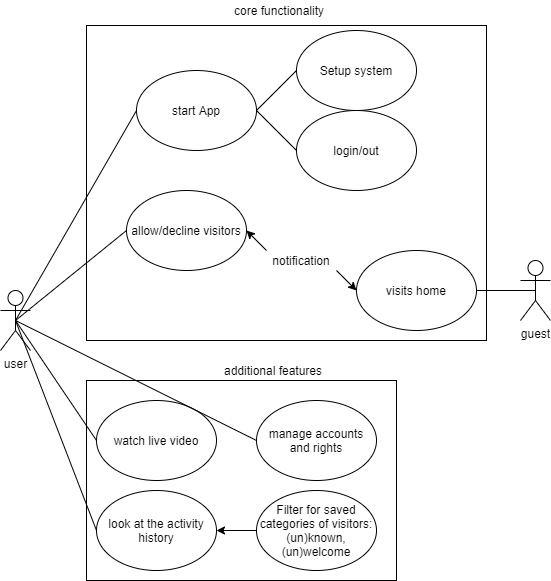
Before: Use_Case_Diagram.png, a diagram exported from draw.io (mymanu/Camera-Observation-Tool-Documentation). Source tidied: cells renumbered, new cells last; positions are measured from the earlier drawing's top-left corner, leaving out a move shared by most shapes.
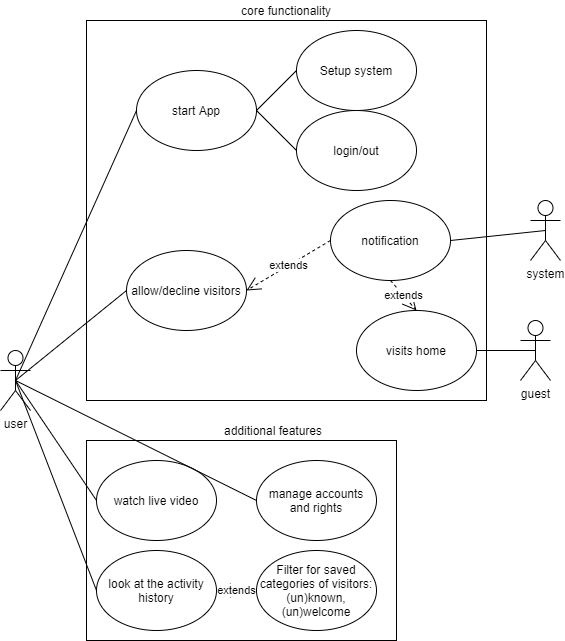
The same diagram one commit later.

Change to the diagram source:
```diff
@@ -6,13 +6,13 @@
       <mxGeometry x="86" y="380" width="310" height="200" as="geometry" />
     </mxCell>
     <mxCell id="3" style="rounded=0;whiteSpace=wrap;html=1;" parent="1" vertex="1">
-      <mxGeometry x="86" y="25" width="400" height="315" as="geometry" />
+      <mxGeometry x="86" y="-40" width="400" height="380" as="geometry" />
     </mxCell>
     <mxCell id="4" value="guest" style="shape=umlActor;verticalLabelPosition=bottom;verticalAlign=top;html=1;outlineConnect=0;" parent="1" vertex="1">
       <mxGeometry x="520" y="260" width="30" height="60" as="geometry" />
     </mxCell>
     <mxCell id="5" value="start App" style="ellipse;whiteSpace=wrap;html=1;" parent="1" vertex="1">
-      <mxGeometry x="136" y="70" width="120" height="80" as="geometry" />
+      <mxGeometry x="136" y="10" width="120" height="80" as="geometry" />
     </mxCell>
     <mxCell id="6" value="watch live video" style="ellipse;whiteSpace=wrap;html=1;" parent="1" vertex="1">
       <mxGeometry x="96" y="400" width="120" height="80" as="geometry" />
@@ -44,41 +44,29 @@
     <mxCell id="15" value="manage accounts and rights" style="ellipse;whiteSpace=wrap;html=1;" parent="1" vertex="1">
       <mxGeometry x="256" y="400" width="120" height="80" as="geometry" />
     </mxCell>
-    <mxCell id="16" style="edgeStyle=none;rounded=0;jettySize=auto;html=1;" parent="1" edge="1" source="17" target="7">
-      <mxGeometry relative="1" as="geometry" />
-    </mxCell>
     <mxCell id="17" value="Filter for saved categories of visitors: (un)known, (un)welcome" style="ellipse;whiteSpace=wrap;html=1;" parent="1" vertex="1">
       <mxGeometry x="256" y="490" width="120" height="80" as="geometry" />
     </mxCell>
     <mxCell id="18" value="visits home" style="ellipse;whiteSpace=wrap;html=1;" parent="1" vertex="1">
       <mxGeometry x="356" y="250" width="120" height="80" as="geometry" />
     </mxCell>
-    <mxCell id="19" value="notification" style="text;html=1;strokeColor=none;fillColor=none;align=center;verticalAlign=middle;whiteSpace=wrap;rounded=0;" parent="1" vertex="1">
-      <mxGeometry x="266" y="250" width="70" height="20" as="geometry" />
-    </mxCell>
     <mxCell id="20" style="endArrow=none;html=1;exitX=0.5;exitY=0.5;exitDx=0;exitDy=0;entryX=1;entryY=0.5;entryDx=0;entryDy=0;exitPerimeter=0;" parent="1" edge="1" source="4" target="18">
       <mxGeometry relative="1" as="geometry" />
     </mxCell>
-    <mxCell id="21" style="endArrow=classic;html=1;exitX=1;exitY=1;exitDx=0;exitDy=0;entryX=0;entryY=0.5;entryDx=0;entryDy=0;" parent="1" edge="1" source="19" target="18">
-      <mxGeometry relative="1" as="geometry" />
-    </mxCell>
-    <mxCell id="22" style="endArrow=classic;html=1;entryX=1;entryY=0.5;entryDx=0;entryDy=0;exitX=0;exitY=0;exitDx=0;exitDy=0;" parent="1" edge="1" source="19" target="8">
-      <mxGeometry relative="1" as="geometry" />
-    </mxCell>
     <mxCell id="23" style="edgeStyle=none;rounded=0;orthogonalLoop=1;jettySize=auto;html=1;exitX=0.5;exitY=0;exitDx=0;exitDy=0;" parent="1" edge="1" source="3" target="3">
       <mxGeometry relative="1" as="geometry" />
     </mxCell>
     <mxCell id="24" value="Setup system" style="ellipse;whiteSpace=wrap;html=1;" parent="1" vertex="1">
-      <mxGeometry x="296" y="30" width="120" height="80" as="geometry" />
+      <mxGeometry x="296" y="-30" width="120" height="80" as="geometry" />
     </mxCell>
     <mxCell id="25" value="additional features" style="text;html=1;strokeColor=none;fillColor=none;align=center;verticalAlign=middle;whiteSpace=wrap;rounded=0;" parent="1" vertex="1">
       <mxGeometry x="210" y="360" width="126" height="20" as="geometry" />
     </mxCell>
     <mxCell id="26" value="core functionality" style="text;html=1;strokeColor=none;fillColor=none;align=center;verticalAlign=middle;whiteSpace=wrap;rounded=0;" parent="1" vertex="1">
-      <mxGeometry x="216" width="126" height="20" as="geometry" />
+      <mxGeometry x="223" y="-60" width="126" height="20" as="geometry" />
     </mxCell>
     <mxCell id="27" value="login/out" style="ellipse;whiteSpace=wrap;html=1;" parent="1" vertex="1">
-      <mxGeometry x="296" y="110" width="120" height="80" as="geometry" />
+      <mxGeometry x="296" y="50" width="120" height="80" as="geometry" />
     </mxCell>
     <mxCell id="28" style="endArrow=none;html=1;exitX=0;exitY=0.5;exitDx=0;exitDy=0;entryX=1;entryY=0.5;entryDx=0;entryDy=0;" parent="1" edge="1" source="27" target="5">
       <mxGeometry relative="1" as="geometry" />
@@ -86,5 +74,23 @@
     <mxCell id="29" style="endArrow=none;html=1;exitX=0;exitY=0.5;exitDx=0;exitDy=0;entryX=1;entryY=0.5;entryDx=0;entryDy=0;" parent="1" edge="1" source="24" target="5">
       <mxGeometry relative="1" as="geometry" />
     </mxCell>
+    <mxCell id="30" value="system" style="shape=umlActor;verticalLabelPosition=bottom;verticalAlign=top;html=1;outlineConnect=0;" parent="1" vertex="1">
+      <mxGeometry x="530" y="140" width="30" height="60" as="geometry" />
+    </mxCell>
+    <mxCell id="19" value="notification" style="ellipse;whiteSpace=wrap;html=1;" parent="1" vertex="1">
+      <mxGeometry x="330" y="140" width="120" height="80" as="geometry" />
+    </mxCell>
+    <mxCell id="22" value="extends" style="endArrow=open;endSize=12;dashed=1;html=1;exitX=0;exitY=0.5;exitDx=0;exitDy=0;entryX=1;entryY=0.5;entryDx=0;entryDy=0;" parent="1" edge="1" source="19" target="8">
+      <mxGeometry relative="1" as="geometry" />
+    </mxCell>
+    <mxCell id="21" value="extends" style="endArrow=open;endSize=12;dashed=1;html=1;exitX=0.5;exitY=1;exitDx=0;exitDy=0;entryX=0.5;entryY=0;entryDx=0;entryDy=0;" parent="1" edge="1" source="19" target="18">
+      <mxGeometry relative="1" as="geometry" />
+    </mxCell>
+    <mxCell id="31" style="endArrow=none;html=1;exitX=0.5;exitY=0.5;exitDx=0;exitDy=0;exitPerimeter=0;entryX=1;entryY=0.5;entryDx=0;entryDy=0;" parent="1" edge="1" source="30" target="19">
+      <mxGeometry relative="1" as="geometry" />
+    </mxCell>
+    <mxCell id="16" value="extends" style="endArrow=open;endSize=12;dashed=1;html=1;exitX=0;exitY=0.5;exitDx=0;exitDy=0;entryX=1;entryY=0.5;entryDx=0;entryDy=0;" parent="1" edge="1" source="17" target="7">
+      <mxGeometry relative="1" as="geometry" />
+    </mxCell>
   </root>
 </mxGraphModel>
```
